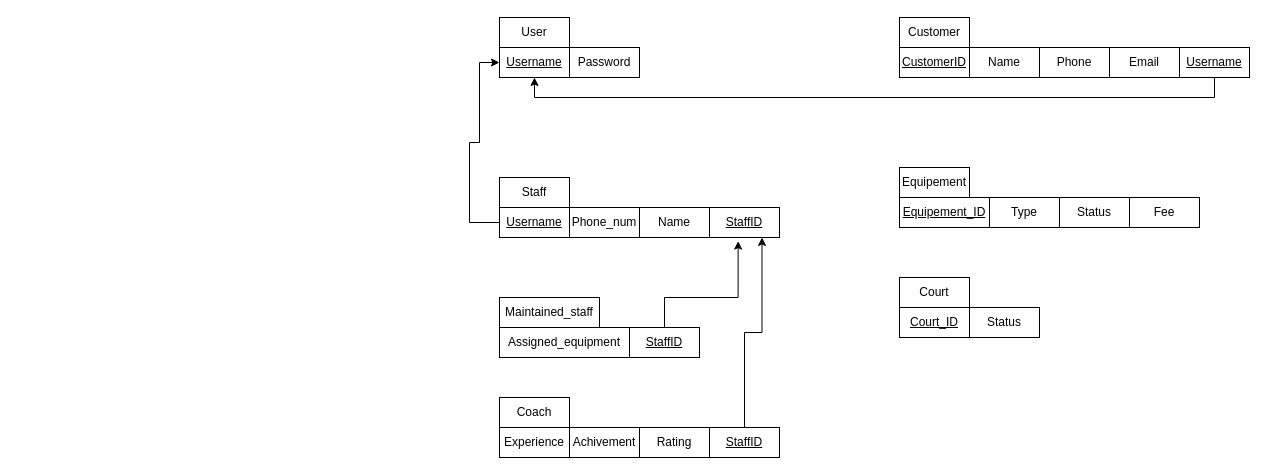
Above: assignment2.drawio in Sonhoangvo/csdl (draw.io), before the change. Source tidied: cells renumbered, new cells numbered last; positions are measured from the earlier drawing's top-left corner, leaving out a move shared by most shapes. Both pictures are drawn from the tidied source at 100%, with x=0, y=0 at pixel (469, 17).
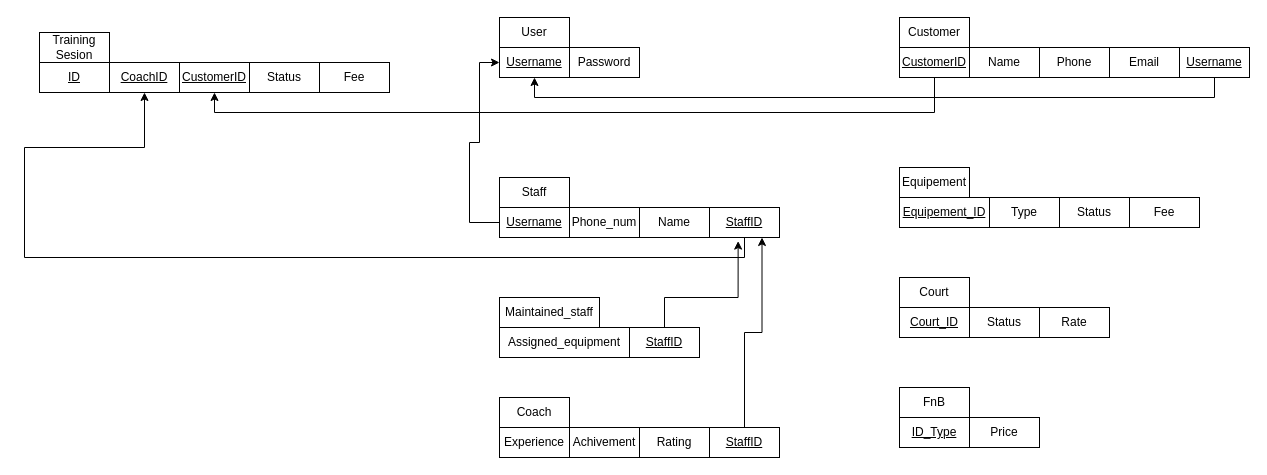
The same diagram, later.

The change refers to these unchanged cells:
```xml
<mxCell id="6" value="&lt;u&gt;StaffID&lt;/u&gt;" style="rounded=0;whiteSpace=wrap;html=1;" parent="1" vertex="1">
  <mxGeometry x="240" y="190" width="70" height="30" as="geometry" />
</mxCell>
<mxCell id="22" value="&lt;u&gt;CustomerID&lt;/u&gt;" style="rounded=0;whiteSpace=wrap;html=1;" parent="1" vertex="1">
  <mxGeometry x="430" y="30" width="70" height="30" as="geometry" />
</mxCell>
```

Diff of the diagram source:
```diff
@@
+    <mxCell id="36" style="edgeStyle=orthogonalEdgeStyle;rounded=0;jettySize=auto;html=1;entryX=0.5;entryY=1;entryDx=0;entryDy=0;" parent="1" edge="1" source="6" target="44">
+      <mxGeometry relative="1" as="geometry">
+        <Array as="points">
+          <mxPoint x="275" y="240" />
+          <mxPoint x="-445" y="240" />
+          <mxPoint x="-445" y="130" />
+          <mxPoint x="-325" y="130" />
+        </Array>
+      </mxGeometry>
+    </mxCell>
@@
+    <mxCell id="37" style="edgeStyle=orthogonalEdgeStyle;rounded=0;jettySize=auto;html=1;entryX=0.5;entryY=1;entryDx=0;entryDy=0;" parent="1" edge="1" source="22" target="45">
+      <mxGeometry relative="1" as="geometry">
+        <Array as="points">
+          <mxPoint x="465" y="95" />
+          <mxPoint x="-255" y="95" />
+        </Array>
+      </mxGeometry>
+    </mxCell>
@@
+    <mxCell id="38" value="Rate" style="rounded=0;whiteSpace=wrap;html=1;" parent="1" vertex="1">
+      <mxGeometry x="570" y="290" width="70" height="30" as="geometry" />
+    </mxCell>
+    <mxCell id="39" value="FnB" style="rounded=0;whiteSpace=wrap;html=1;" parent="1" vertex="1">
+      <mxGeometry x="430" y="370" width="70" height="30" as="geometry" />
+    </mxCell>
+    <mxCell id="40" value="&lt;u&gt;ID_Type&lt;/u&gt;" style="rounded=0;whiteSpace=wrap;html=1;" parent="1" vertex="1">
+      <mxGeometry x="430" y="400" width="70" height="30" as="geometry" />
+    </mxCell>
+    <mxCell id="41" value="Price" style="rounded=0;whiteSpace=wrap;html=1;" parent="1" vertex="1">
+      <mxGeometry x="500" y="400" width="70" height="30" as="geometry" />
+    </mxCell>
+    <mxCell id="42" value="Training Sesion" style="rounded=0;whiteSpace=wrap;html=1;" parent="1" vertex="1">
+      <mxGeometry x="-430" y="15" width="70" height="30" as="geometry" />
+    </mxCell>
+    <mxCell id="43" value="&lt;u&gt;ID&lt;/u&gt;" style="rounded=0;whiteSpace=wrap;html=1;" parent="1" vertex="1">
+      <mxGeometry x="-430" y="45" width="70" height="30" as="geometry" />
+    </mxCell>
+    <mxCell id="44" value="&lt;u&gt;CoachID&lt;/u&gt;" style="rounded=0;whiteSpace=wrap;html=1;" parent="1" vertex="1">
+      <mxGeometry x="-360" y="45" width="70" height="30" as="geometry" />
+    </mxCell>
+    <mxCell id="45" value="&lt;u&gt;CustomerID&lt;/u&gt;" style="rounded=0;whiteSpace=wrap;html=1;" parent="1" vertex="1">
+      <mxGeometry x="-290" y="45" width="70" height="30" as="geometry" />
+    </mxCell>
+    <mxCell id="46" value="Status" style="rounded=0;whiteSpace=wrap;html=1;" parent="1" vertex="1">
+      <mxGeometry x="-220" y="45" width="70" height="30" as="geometry" />
+    </mxCell>
+    <mxCell id="47" value="Fee" style="rounded=0;whiteSpace=wrap;html=1;" parent="1" vertex="1">
+      <mxGeometry x="-150" y="45" width="70" height="30" as="geometry" />
+    </mxCell>
```
